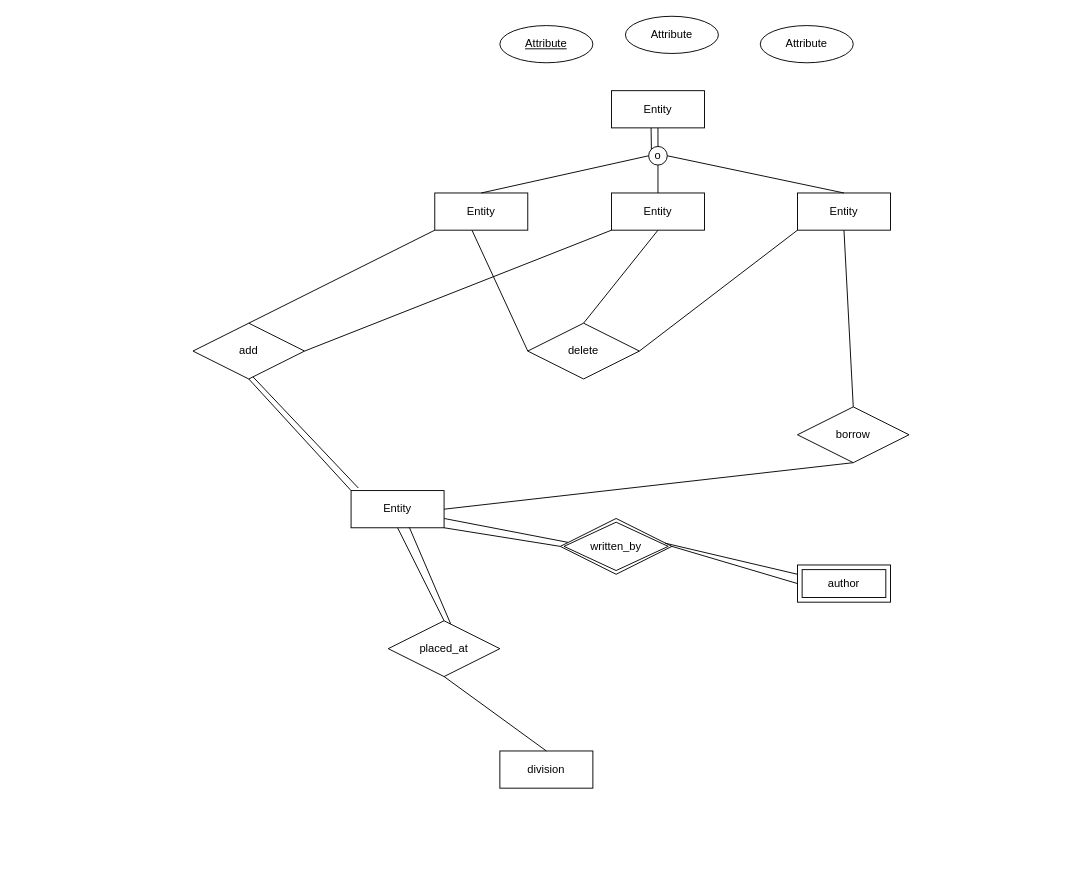
Earlier version of the draw.io diagram Project_er.drawio (MuhammadIrfan92/Database-Engineering-Semester-7). Source tidied: cells renumbered, new cells numbered last; positions are measured from the earlier drawing's top-left corner, leaving out a move shared by most shapes. Both pictures are drawn from the tidied source at 93%, with x=0, y=0 at pixel (193, 16).
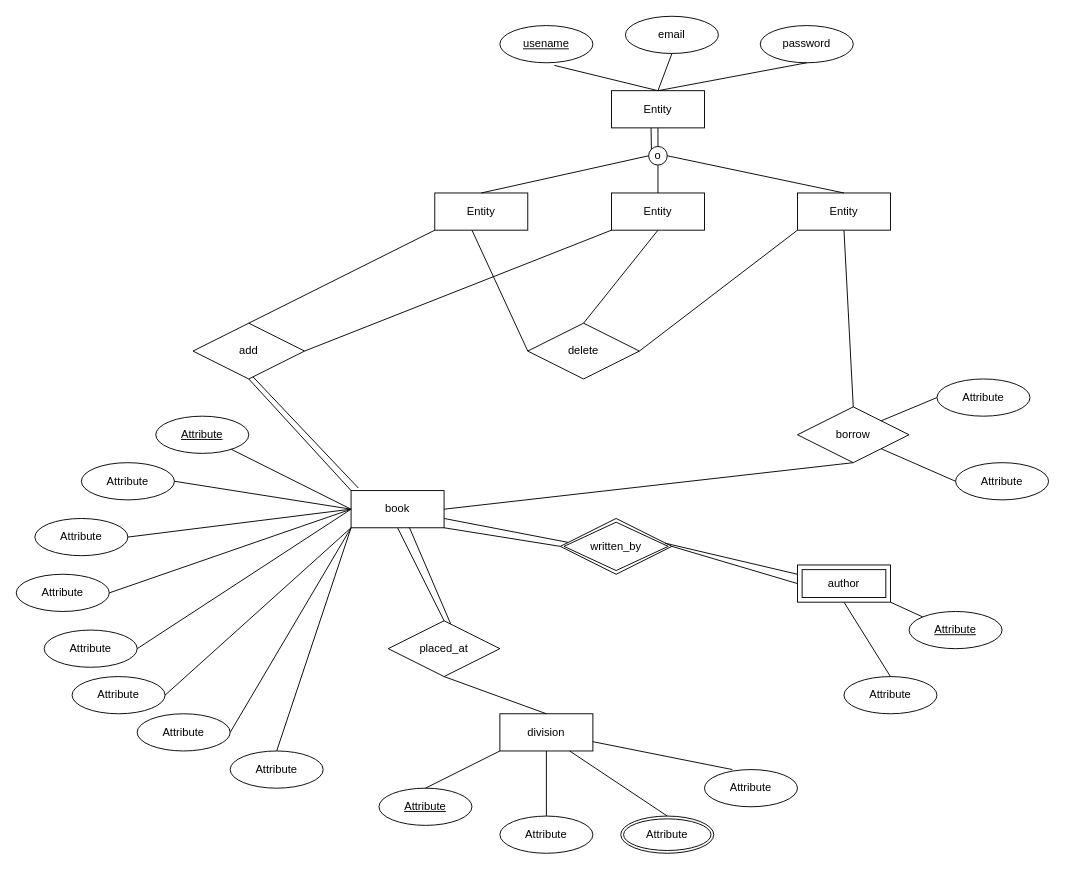
The same diagram, later.

The change refers to these unchanged cells:
```xml
<mxCell id="2" value="Entity" style="whiteSpace=wrap;html=1;align=center;" parent="1" vertex="1">
  <mxGeometry x="450" y="80" width="100" height="40" as="geometry" />
</mxCell>
<mxCell id="11" value="borrow" style="shape=rhombus;perimeter=rhombusPerimeter;whiteSpace=wrap;html=1;align=center;" parent="1" vertex="1">
  <mxGeometry x="650" y="420" width="120" height="60" as="geometry" />
</mxCell>
<mxCell id="15" value="author" style="shape=ext;margin=3;double=1;whiteSpace=wrap;html=1;align=center;" parent="1" vertex="1">
  <mxGeometry x="650" y="590" width="100" height="40" as="geometry" />
</mxCell>
```

Diff of the diagram source:
```diff
@@
-    <mxCell id="6" value="Entity" style="whiteSpace=wrap;html=1;align=center;" parent="1" vertex="1">
+    <mxCell id="6" value="book" style="whiteSpace=wrap;html=1;align=center;" parent="1" vertex="1">
       <mxGeometry x="170" y="510" width="100" height="40" as="geometry" />
     </mxCell>
     <mxCell id="7" value="division" style="whiteSpace=wrap;html=1;align=center;" parent="1" vertex="1">
-      <mxGeometry x="330" y="790" width="100" height="40" as="geometry" />
+      <mxGeometry x="330" y="750" width="100" height="40" as="geometry" />
     </mxCell>
-    <mxCell id="8" value="Attribute" style="ellipse;whiteSpace=wrap;html=1;align=center;fontStyle=4;" parent="1" vertex="1">
+    <mxCell id="8" value="usename" style="ellipse;whiteSpace=wrap;html=1;align=center;fontStyle=4;" parent="1" vertex="1">
       <mxGeometry x="330" y="10" width="100" height="40" as="geometry" />
     </mxCell>
-    <mxCell id="9" value="Attribute" style="ellipse;whiteSpace=wrap;html=1;align=center;" parent="1" vertex="1">
+    <mxCell id="9" value="email" style="ellipse;whiteSpace=wrap;html=1;align=center;" parent="1" vertex="1">
       <mxGeometry x="465" width="100" height="40" as="geometry" />
     </mxCell>
-    <mxCell id="10" value="Attribute" style="ellipse;whiteSpace=wrap;html=1;align=center;" parent="1" vertex="1">
+    <mxCell id="10" value="password" style="ellipse;whiteSpace=wrap;html=1;align=center;" parent="1" vertex="1">
       <mxGeometry x="610" y="10" width="100" height="40" as="geometry" />
     </mxCell>
@@
+    <mxCell id="39" value="Attribute" style="ellipse;whiteSpace=wrap;html=1;align=center;fontStyle=4;" parent="1" vertex="1">
+      <mxGeometry x="-40" y="430" width="100" height="40" as="geometry" />
+    </mxCell>
+    <mxCell id="40" value="Attribute" style="ellipse;whiteSpace=wrap;html=1;align=center;" parent="1" vertex="1">
+      <mxGeometry x="-120" y="480" width="100" height="40" as="geometry" />
+    </mxCell>
+    <mxCell id="41" value="Attribute" style="ellipse;whiteSpace=wrap;html=1;align=center;" parent="1" vertex="1">
+      <mxGeometry x="-170" y="540" width="100" height="40" as="geometry" />
+    </mxCell>
+    <mxCell id="42" value="Attribute" style="ellipse;whiteSpace=wrap;html=1;align=center;" parent="1" vertex="1">
+      <mxGeometry x="-190" y="600" width="100" height="40" as="geometry" />
+    </mxCell>
+    <mxCell id="43" value="Attribute" style="ellipse;whiteSpace=wrap;html=1;align=center;" parent="1" vertex="1">
+      <mxGeometry x="-160" y="660" width="100" height="40" as="geometry" />
+    </mxCell>
+    <mxCell id="44" value="Attribute" style="ellipse;whiteSpace=wrap;html=1;align=center;" parent="1" vertex="1">
+      <mxGeometry x="-130" y="710" width="100" height="40" as="geometry" />
+    </mxCell>
+    <mxCell id="45" value="Attribute" style="ellipse;whiteSpace=wrap;html=1;align=center;" parent="1" vertex="1">
+      <mxGeometry x="-60" y="750" width="100" height="40" as="geometry" />
+    </mxCell>
+    <mxCell id="46" value="Attribute" style="ellipse;whiteSpace=wrap;html=1;align=center;" parent="1" vertex="1">
+      <mxGeometry x="40" y="790" width="100" height="40" as="geometry" />
+    </mxCell>
+    <mxCell id="47" value="Attribute" style="ellipse;whiteSpace=wrap;html=1;align=center;" parent="1" vertex="1">
+      <mxGeometry x="700" y="710" width="100" height="40" as="geometry" />
+    </mxCell>
+    <mxCell id="48" value="Attribute" style="ellipse;whiteSpace=wrap;html=1;align=center;fontStyle=4;" parent="1" vertex="1">
+      <mxGeometry x="770" y="640" width="100" height="40" as="geometry" />
+    </mxCell>
+    <mxCell id="49" value="Attribute" style="ellipse;whiteSpace=wrap;html=1;align=center;" parent="1" vertex="1">
+      <mxGeometry x="330" y="860" width="100" height="40" as="geometry" />
+    </mxCell>
+    <mxCell id="50" value="Attribute" style="ellipse;whiteSpace=wrap;html=1;align=center;fontStyle=4;" parent="1" vertex="1">
+      <mxGeometry x="200" y="830" width="100" height="40" as="geometry" />
+    </mxCell>
+    <mxCell id="51" value="Attribute" style="ellipse;whiteSpace=wrap;html=1;align=center;" parent="1" vertex="1">
+      <mxGeometry x="550" y="810" width="100" height="40" as="geometry" />
+    </mxCell>
+    <mxCell id="52" value="Attribute" style="ellipse;shape=doubleEllipse;margin=3;whiteSpace=wrap;html=1;align=center;" parent="1" vertex="1">
+      <mxGeometry x="460" y="860" width="100" height="40" as="geometry" />
+    </mxCell>
+    <mxCell id="53" value="Attribute" style="ellipse;whiteSpace=wrap;html=1;align=center;" parent="1" vertex="1">
+      <mxGeometry x="800" y="390" width="100" height="40" as="geometry" />
+    </mxCell>
+    <mxCell id="54" value="Attribute" style="ellipse;whiteSpace=wrap;html=1;align=center;" parent="1" vertex="1">
+      <mxGeometry x="820" y="480" width="100" height="40" as="geometry" />
+    </mxCell>
+    <mxCell id="55" style="endArrow=none;html=1;rounded=0;exitX=1;exitY=0;exitDx=0;exitDy=0;entryX=0;entryY=0.5;entryDx=0;entryDy=0;" parent="1" edge="1" source="11" target="53">
+      <mxGeometry relative="1" as="geometry" />
+    </mxCell>
+    <mxCell id="56" style="endArrow=none;html=1;rounded=0;exitX=1;exitY=1;exitDx=0;exitDy=0;entryX=0;entryY=0.5;entryDx=0;entryDy=0;" parent="1" edge="1" source="11" target="54">
+      <mxGeometry relative="1" as="geometry" />
+    </mxCell>
+    <mxCell id="57" style="endArrow=none;html=1;rounded=0;" parent="1" edge="1" source="39">
+      <mxGeometry relative="1" as="geometry">
+        <mxPoint x="170" y="530" as="targetPoint" />
+      </mxGeometry>
+    </mxCell>
+    <mxCell id="58" style="endArrow=none;html=1;rounded=0;exitX=1;exitY=0.5;exitDx=0;exitDy=0;entryX=0;entryY=0.5;entryDx=0;entryDy=0;" parent="1" edge="1" source="40" target="6">
+      <mxGeometry relative="1" as="geometry" />
+    </mxCell>
+    <mxCell id="59" style="endArrow=none;html=1;rounded=0;exitX=1;exitY=0.5;exitDx=0;exitDy=0;entryX=0;entryY=0.5;entryDx=0;entryDy=0;" parent="1" edge="1" source="41" target="6">
+      <mxGeometry relative="1" as="geometry" />
+    </mxCell>
+    <mxCell id="60" style="endArrow=none;html=1;rounded=0;exitX=1;exitY=0.5;exitDx=0;exitDy=0;" parent="1" edge="1" source="42">
+      <mxGeometry relative="1" as="geometry">
+        <mxPoint x="170" y="530" as="targetPoint" />
+      </mxGeometry>
+    </mxCell>
+    <mxCell id="61" style="endArrow=none;html=1;rounded=0;exitX=1;exitY=0.5;exitDx=0;exitDy=0;" parent="1" edge="1" source="43">
+      <mxGeometry relative="1" as="geometry">
+        <mxPoint x="170" y="530" as="targetPoint" />
+      </mxGeometry>
+    </mxCell>
+    <mxCell id="62" style="endArrow=none;html=1;rounded=0;exitX=1;exitY=0.5;exitDx=0;exitDy=0;entryX=0;entryY=1;entryDx=0;entryDy=0;" parent="1" edge="1" source="44" target="6">
+      <mxGeometry relative="1" as="geometry" />
+    </mxCell>
+    <mxCell id="63" style="endArrow=none;html=1;rounded=0;exitX=1;exitY=0.5;exitDx=0;exitDy=0;entryX=0;entryY=1;entryDx=0;entryDy=0;" parent="1" edge="1" source="45" target="6">
+      <mxGeometry relative="1" as="geometry" />
+    </mxCell>
+    <mxCell id="64" style="endArrow=none;html=1;rounded=0;exitX=0.5;exitY=0;exitDx=0;exitDy=0;" parent="1" edge="1" source="46">
+      <mxGeometry relative="1" as="geometry">
+        <mxPoint x="170" y="550" as="targetPoint" />
+      </mxGeometry>
+    </mxCell>
+    <mxCell id="65" style="endArrow=none;html=1;rounded=0;exitX=0.5;exitY=1;exitDx=0;exitDy=0;entryX=0.5;entryY=0;entryDx=0;entryDy=0;" parent="1" edge="1" source="15" target="47">
+      <mxGeometry relative="1" as="geometry" />
+    </mxCell>
+    <mxCell id="66" style="endArrow=none;html=1;rounded=0;exitX=1;exitY=1;exitDx=0;exitDy=0;entryX=0;entryY=0;entryDx=0;entryDy=0;" parent="1" edge="1" source="15" target="48">
+      <mxGeometry relative="1" as="geometry" />
+    </mxCell>
+    <mxCell id="67" style="endArrow=none;html=1;rounded=0;exitX=1;exitY=0.75;exitDx=0;exitDy=0;entryX=0.3;entryY=0;entryDx=0;entryDy=0;entryPerimeter=0;" parent="1" edge="1" source="7" target="51">
+      <mxGeometry relative="1" as="geometry" />
+    </mxCell>
+    <mxCell id="68" style="endArrow=none;html=1;rounded=0;exitX=0.75;exitY=1;exitDx=0;exitDy=0;entryX=0.5;entryY=0;entryDx=0;entryDy=0;" parent="1" edge="1" source="7" target="52">
+      <mxGeometry relative="1" as="geometry" />
+    </mxCell>
+    <mxCell id="69" style="endArrow=none;html=1;rounded=0;exitX=0.5;exitY=1;exitDx=0;exitDy=0;entryX=0.5;entryY=0;entryDx=0;entryDy=0;" parent="1" edge="1" source="7" target="49">
+      <mxGeometry relative="1" as="geometry" />
+    </mxCell>
+    <mxCell id="70" style="endArrow=none;html=1;rounded=0;exitX=0;exitY=1;exitDx=0;exitDy=0;entryX=0.5;entryY=0;entryDx=0;entryDy=0;" parent="1" edge="1" source="7" target="50">
+      <mxGeometry relative="1" as="geometry" />
+    </mxCell>
+    <mxCell id="71" style="endArrow=none;html=1;rounded=0;exitX=0.586;exitY=1.07;exitDx=0;exitDy=0;exitPerimeter=0;entryX=0.5;entryY=0;entryDx=0;entryDy=0;" parent="1" edge="1" source="8" target="2">
+      <mxGeometry relative="1" as="geometry" />
+    </mxCell>
+    <mxCell id="72" style="endArrow=none;html=1;rounded=0;entryX=0.5;entryY=1;entryDx=0;entryDy=0;exitX=0.5;exitY=0;exitDx=0;exitDy=0;" parent="1" edge="1" source="2" target="9">
+      <mxGeometry relative="1" as="geometry" />
+    </mxCell>
+    <mxCell id="73" style="endArrow=none;html=1;rounded=0;entryX=0.5;entryY=1;entryDx=0;entryDy=0;exitX=0.5;exitY=0;exitDx=0;exitDy=0;" parent="1" edge="1" source="2" target="10">
+      <mxGeometry relative="1" as="geometry" />
+    </mxCell>
```
